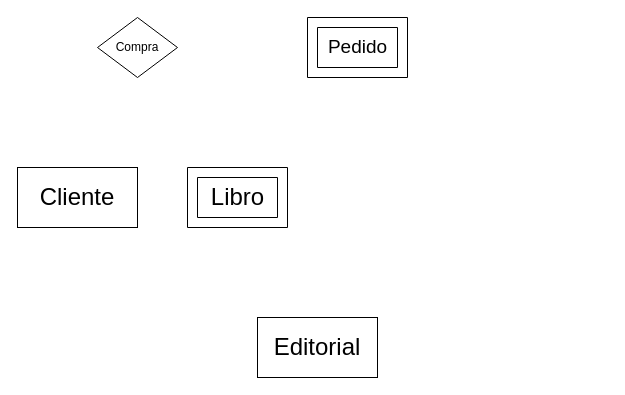
Above: Diagrama sin título.drawio in MattLudu/portfolio (draw.io), before the change. Source tidied: cells renumbered, new cells numbered last; positions are measured from the earlier drawing's top-left corner, leaving out a move shared by most shapes. Both pictures are drawn from the tidied source at 100%, with x=0, y=0 at pixel (17, 17).
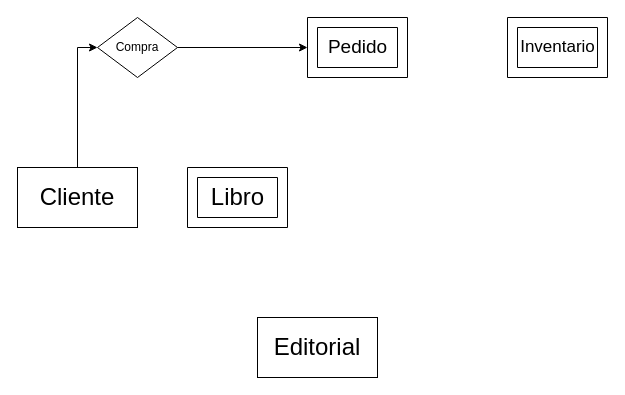
The same diagram, later.

Change to the diagram source:
```diff
@@
 <mxGraphModel>
   <root>
     <mxCell id="0" />
     <mxCell id="1" parent="0" />
+    <mxCell id="11" style="edgeStyle=orthogonalEdgeStyle;rounded=0;jettySize=auto;html=1;exitX=0.5;exitY=0;exitDx=0;exitDy=0;entryX=0;entryY=0.5;entryDx=0;entryDy=0;" parent="1" edge="1" source="2" target="4">
+      <mxGeometry relative="1" as="geometry" />
+    </mxCell>
     <mxCell id="2" value="&lt;font style=&quot;font-size: 24px;&quot;&gt;Cliente&lt;/font&gt;" style="rounded=0;whiteSpace=wrap;html=1;" parent="1" vertex="1">
       <mxGeometry y="150" width="120" height="60" as="geometry" />
     </mxCell>
     <mxCell id="3" value="&lt;font style=&quot;font-size: 24px;&quot;&gt;Editorial&lt;/font&gt;" style="rounded=0;whiteSpace=wrap;html=1;" parent="1" vertex="1">
       <mxGeometry x="240" y="300" width="120" height="60" as="geometry" />
     </mxCell>
     <mxCell id="4" value="Compra" style="rhombus;whiteSpace=wrap;html=1;" parent="1" vertex="1">
       <mxGeometry x="80" width="80" height="60" as="geometry" />
     </mxCell>
     <mxCell id="5" style="group;" parent="1" vertex="1">
       <mxGeometry x="170" y="150" width="100" height="60" as="geometry" />
     </mxCell>
     <mxCell id="6" style="verticalLabelPosition=bottom;verticalAlign=top;html=1;shape=mxgraph.basic.frame;dx=10;whiteSpace=wrap;" parent="5" vertex="1">
       <mxGeometry width="100" height="60" as="geometry" />
     </mxCell>
     <mxCell id="7" value="&lt;font style=&quot;font-size: 24px;&quot;&gt;Libro&lt;/font&gt;" style="text;html=1;align=center;verticalAlign=middle;strokeColor=none;fillColor=none;" parent="5" vertex="1">
       <mxGeometry x="10" y="10" width="80" height="40" as="geometry" />
     </mxCell>
     <mxCell id="8" style="group;" parent="1" vertex="1">
       <mxGeometry x="290" width="100" height="60" as="geometry" />
     </mxCell>
     <mxCell id="9" style="verticalLabelPosition=bottom;verticalAlign=top;html=1;shape=mxgraph.basic.frame;dx=10;whiteSpace=wrap;" parent="8" vertex="1">
       <mxGeometry width="100" height="60" as="geometry" />
     </mxCell>
     <mxCell id="10" value="&lt;font style=&quot;font-size: 19px;&quot;&gt;Pedido&lt;/font&gt;" style="text;html=1;align=center;verticalAlign=middle;strokeColor=none;fillColor=none;" parent="8" vertex="1">
       <mxGeometry x="10" y="10" width="80" height="40" as="geometry" />
     </mxCell>
+    <mxCell id="12" style="group;" parent="1" vertex="1">
+      <mxGeometry x="490" width="100" height="60" as="geometry" />
+    </mxCell>
+    <mxCell id="13" style="verticalLabelPosition=bottom;verticalAlign=top;html=1;shape=mxgraph.basic.frame;dx=10;whiteSpace=wrap;" parent="12" vertex="1">
+      <mxGeometry width="100" height="60" as="geometry" />
+    </mxCell>
+    <mxCell id="14" value="&lt;font style=&quot;font-size: 17px;&quot;&gt;Inventario&lt;/font&gt;" style="text;html=1;align=center;verticalAlign=middle;strokeColor=none;fillColor=none;" parent="12" vertex="1">
+      <mxGeometry y="15" width="100" height="30" as="geometry" />
+    </mxCell>
+    <mxCell id="15" style="edgeStyle=orthogonalEdgeStyle;rounded=0;jettySize=auto;html=1;exitX=1;exitY=0.5;exitDx=0;exitDy=0;entryX=0;entryY=0.5;entryDx=0;entryDy=0;entryPerimeter=0;" parent="1" edge="1" source="4" target="9">
+      <mxGeometry relative="1" as="geometry" />
+    </mxCell>
   </root>
 </mxGraphModel>
```
